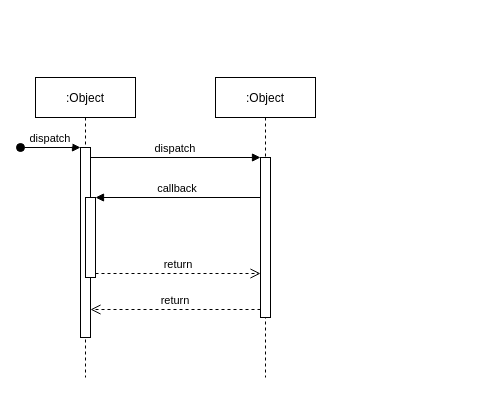
Above: Lemere_ViewJournal_SequenceDiagram.drawio in VadathHeilsang/430DreamTeam (draw.io), before the change. Source tidied: cells renumbered, new cells numbered last; positions are measured from the earlier drawing's top-left corner, leaving out a move shared by most shapes. Both pictures are drawn from the tidied source at 100%, with x=0, y=0 at pixel (20, 77).
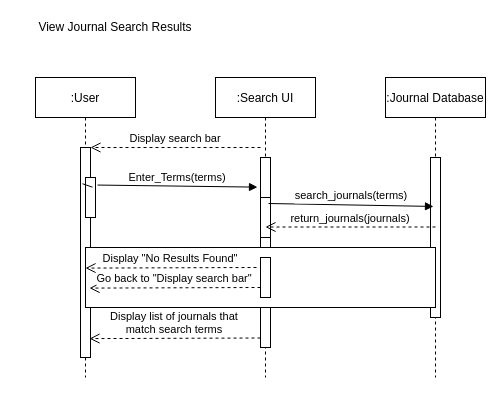
Above is the later version.

What changed in the source:
```diff
@@
-    <mxCell id="2" value=":Object" style="shape=umlLifeline;perimeter=lifelinePerimeter;rounded=0;shadow=0;strokeWidth=1;" parent="1" vertex="1">
+    <mxCell id="2" value=":User" style="shape=umlLifeline;perimeter=lifelinePerimeter;rounded=0;shadow=0;strokeWidth=1;" parent="1" vertex="1">
       <mxGeometry x="15" width="100" height="300" as="geometry" />
     </mxCell>
     <mxCell id="3" style="points=[];perimeter=orthogonalPerimeter;rounded=0;shadow=0;strokeWidth=1;" parent="2" vertex="1">
-      <mxGeometry x="45" y="70" width="10" height="190" as="geometry" />
+      <mxGeometry x="45" y="70" width="10" height="210" as="geometry" />
     </mxCell>
-    <mxCell id="4" value="dispatch" style="verticalAlign=bottom;startArrow=oval;endArrow=block;startSize=8;shadow=0;strokeWidth=1;" parent="2" edge="1" target="3">
-      <mxGeometry relative="1" as="geometry">
-        <mxPoint x="-15" y="70" as="sourcePoint" />
-      </mxGeometry>
-    </mxCell>
-    <mxCell id="5" style="points=[];perimeter=orthogonalPerimeter;rounded=0;shadow=0;strokeWidth=1;" parent="2" vertex="1">
-      <mxGeometry x="50" y="120" width="10" height="80" as="geometry" />
-    </mxCell>
-    <mxCell id="6" value=":Object" style="shape=umlLifeline;perimeter=lifelinePerimeter;rounded=0;shadow=0;strokeWidth=1;" parent="1" vertex="1">
+    <mxCell id="6" value=":Search UI" style="shape=umlLifeline;perimeter=lifelinePerimeter;rounded=0;shadow=0;strokeWidth=1;" parent="1" vertex="1">
       <mxGeometry x="195" width="100" height="300" as="geometry" />
     </mxCell>
     <mxCell id="7" style="points=[];perimeter=orthogonalPerimeter;rounded=0;shadow=0;strokeWidth=1;" parent="6" vertex="1">
-      <mxGeometry x="45" y="80" width="10" height="160" as="geometry" />
+      <mxGeometry x="45" y="80" width="10" height="190" as="geometry" />
     </mxCell>
+    <mxCell id="12" value="Display search bar" style="verticalAlign=bottom;endArrow=open;dashed=1;endSize=8;exitX=0;exitY=0.95;shadow=0;strokeWidth=1;" parent="6" edge="1">
+      <mxGeometry relative="1" as="geometry">
+        <mxPoint x="45" y="70" as="sourcePoint" />
+        <mxPoint x="-125" y="70" as="targetPoint" />
+      </mxGeometry>
+    </mxCell>
+    <mxCell id="13" style="perimeter=orthogonalPerimeter;rounded=0;shadow=0;strokeWidth=1;" parent="6" vertex="1">
+      <mxGeometry x="45" y="120" width="10" height="40" as="geometry" />
+    </mxCell>
+    <mxCell id="14" style="perimeter=orthogonalPerimeter;rounded=0;shadow=0;strokeWidth=1;" parent="6" vertex="1">
+      <mxGeometry x="45" y="180" width="10" height="40" as="geometry" />
+    </mxCell>
-    <mxCell id="8" value="return" style="verticalAlign=bottom;endArrow=open;dashed=1;endSize=8;exitX=0;exitY=0.95;shadow=0;strokeWidth=1;" parent="1" edge="1" source="7" target="3">
+    <mxCell id="8" value="Display list of journals that &#10;match search terms" style="verticalAlign=bottom;endArrow=open;dashed=1;endSize=8;exitX=0;exitY=0.95;shadow=0;strokeWidth=1;entryX=0.9;entryY=0.91;entryDx=0;entryDy=0;entryPerimeter=0;" parent="1" edge="1" source="7" target="3">
       <mxGeometry relative="1" as="geometry" />
     </mxCell>
-    <mxCell id="9" value="dispatch" style="verticalAlign=bottom;endArrow=block;entryX=0;entryY=0;shadow=0;strokeWidth=1;" parent="1" edge="1" source="3" target="7">
+    <mxCell id="9" value="Enter_Terms(terms)" style="verticalAlign=bottom;endArrow=block;entryX=-0.3;entryY=0.156;shadow=0;strokeWidth=1;entryDx=0;entryDy=0;entryPerimeter=0;exitX=1.2;exitY=0.189;exitDx=0;exitDy=0;exitPerimeter=0;startArrow=none;" parent="1" edge="1" source="5" target="7">
       <mxGeometry relative="1" as="geometry" />
     </mxCell>
-    <mxCell id="10" value="callback" style="verticalAlign=bottom;endArrow=block;entryX=1;entryY=0;shadow=0;strokeWidth=1;" parent="1" edge="1" source="7" target="5">
-      <mxGeometry relative="1" as="geometry" />
-    </mxCell>
-    <mxCell id="11" value="return" style="verticalAlign=bottom;endArrow=open;dashed=1;endSize=8;exitX=1;exitY=0.95;shadow=0;strokeWidth=1;" parent="1" edge="1" source="5" target="7">
-      <mxGeometry relative="1" as="geometry" />
-    </mxCell>
+    <mxCell id="15" value=":Journal Database" style="shape=umlLifeline;perimeter=lifelinePerimeter;rounded=0;shadow=0;strokeWidth=1;" parent="1" vertex="1">
+      <mxGeometry x="365" width="100" height="300" as="geometry" />
+    </mxCell>
+    <mxCell id="16" style="points=[];perimeter=orthogonalPerimeter;rounded=0;shadow=0;strokeWidth=1;" parent="15" vertex="1">
+      <mxGeometry x="45" y="80" width="10" height="160" as="geometry" />
+    </mxCell>
+    <mxCell id="17" value="search_journals(terms)" style="verticalAlign=bottom;endArrow=block;entryX=0.3;entryY=0.306;shadow=0;strokeWidth=1;entryDx=0;entryDy=0;entryPerimeter=0;exitX=0.53;exitY=0.42;exitDx=0;exitDy=0;exitPerimeter=0;" parent="1" edge="1" source="6" target="16">
+      <mxGeometry relative="1" as="geometry" />
+    </mxCell>
+    <mxCell id="18" value="View Journal Search Results" style="text;html=1;strokeColor=none;fillColor=none;align=center;verticalAlign=middle;whiteSpace=wrap;rounded=0;" parent="1" vertex="1">
+      <mxGeometry x="15" y="-60" width="160" height="20" as="geometry" />
+    </mxCell>
+    <mxCell id="19" value="return_journals(journals)" style="verticalAlign=bottom;endArrow=open;dashed=1;endSize=8;exitX=0;exitY=0.95;shadow=0;strokeWidth=1;" parent="1" edge="1">
+      <mxGeometry relative="1" as="geometry">
+        <mxPoint x="415" y="149.5" as="sourcePoint" />
+        <mxPoint x="245" y="149.5" as="targetPoint" />
+      </mxGeometry>
+    </mxCell>
+    <mxCell id="20" style="rounded=0;whiteSpace=wrap;html=1;" parent="1" vertex="1">
+      <mxGeometry x="65" y="170" width="350" height="60" as="geometry" />
+    </mxCell>
+    <mxCell id="21" style="rounded=0;whiteSpace=wrap;html=1;" parent="1" vertex="1">
+      <mxGeometry x="240" y="180" width="10" height="40" as="geometry" />
+    </mxCell>
+    <mxCell id="22" value="Display &quot;No Results Found&quot;" style="verticalAlign=bottom;endArrow=open;dashed=1;endSize=8;exitX=0;exitY=0.95;shadow=0;strokeWidth=1;entryX=0.9;entryY=0.91;entryDx=0;entryDy=0;entryPerimeter=0;" parent="1" edge="1">
+      <mxGeometry relative="1" as="geometry">
+        <mxPoint x="236" y="190" as="sourcePoint" />
+        <mxPoint x="65" y="190.6" as="targetPoint" />
+      </mxGeometry>
+    </mxCell>
+    <mxCell id="23" value="Go back to &quot;Display search bar&quot;" style="verticalAlign=bottom;endArrow=open;dashed=1;endSize=8;exitX=0;exitY=0.95;shadow=0;strokeWidth=1;entryX=0.9;entryY=0.91;entryDx=0;entryDy=0;entryPerimeter=0;" parent="1" edge="1">
+      <mxGeometry relative="1" as="geometry">
+        <mxPoint x="240" y="210" as="sourcePoint" />
+        <mxPoint x="69" y="210.6" as="targetPoint" />
+      </mxGeometry>
+    </mxCell>
+    <mxCell id="5" style="points=[];perimeter=orthogonalPerimeter;rounded=0;shadow=0;strokeWidth=1;" parent="1" vertex="1">
+      <mxGeometry x="65" y="100" width="10" height="40" as="geometry" />
+    </mxCell>
+    <mxCell id="24" style="verticalAlign=bottom;endArrow=none;entryX=-0.3;entryY=0.156;shadow=0;strokeWidth=1;entryDx=0;entryDy=0;entryPerimeter=0;exitX=1.2;exitY=0.189;exitDx=0;exitDy=0;exitPerimeter=0;" parent="1" edge="1" source="3" target="5">
+      <mxGeometry relative="1" as="geometry" />
+    </mxCell>
```
